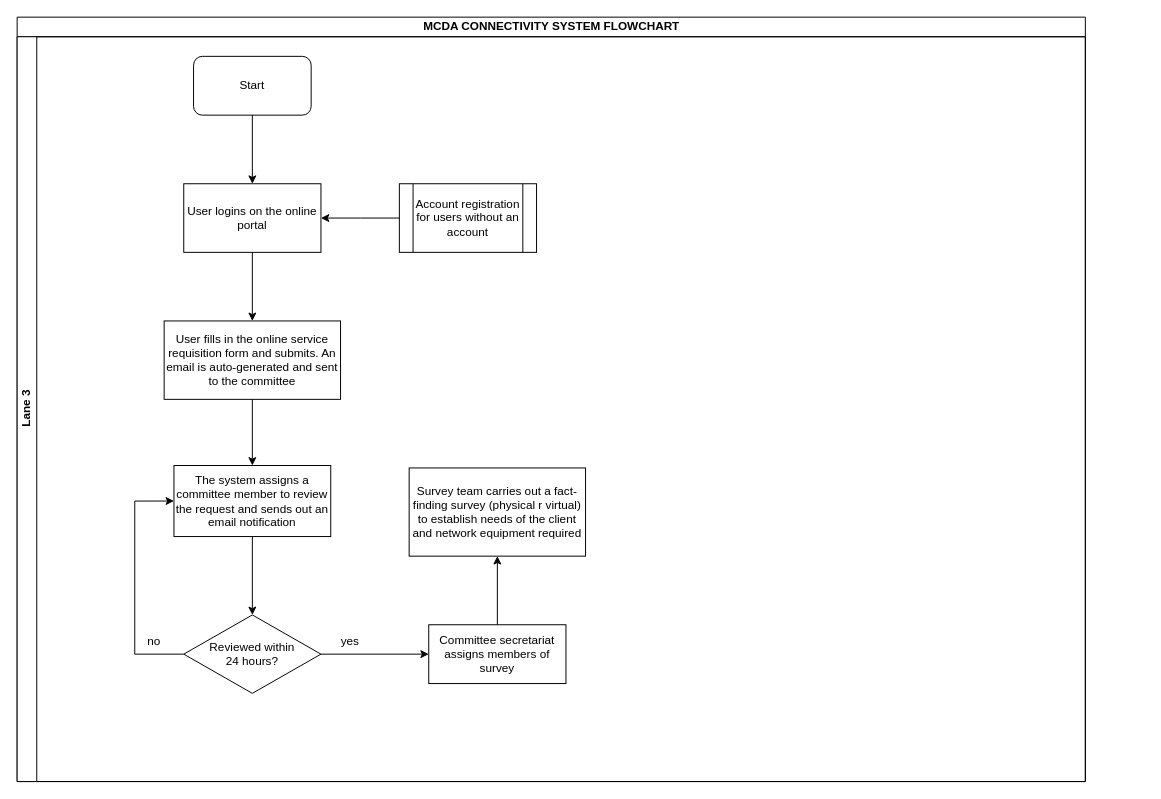
Before: ICTA-MCDA Connectivity Diagram.drawio in kmagua/flowcharts, a draw.io diagram. Source tidied: cells renumbered, new cells numbered last; positions are measured from the earlier drawing's top-left corner, leaving out a move shared by most shapes. Both pictures are drawn from the tidied source at 98%, with x=0, y=0 at pixel (17, 17).
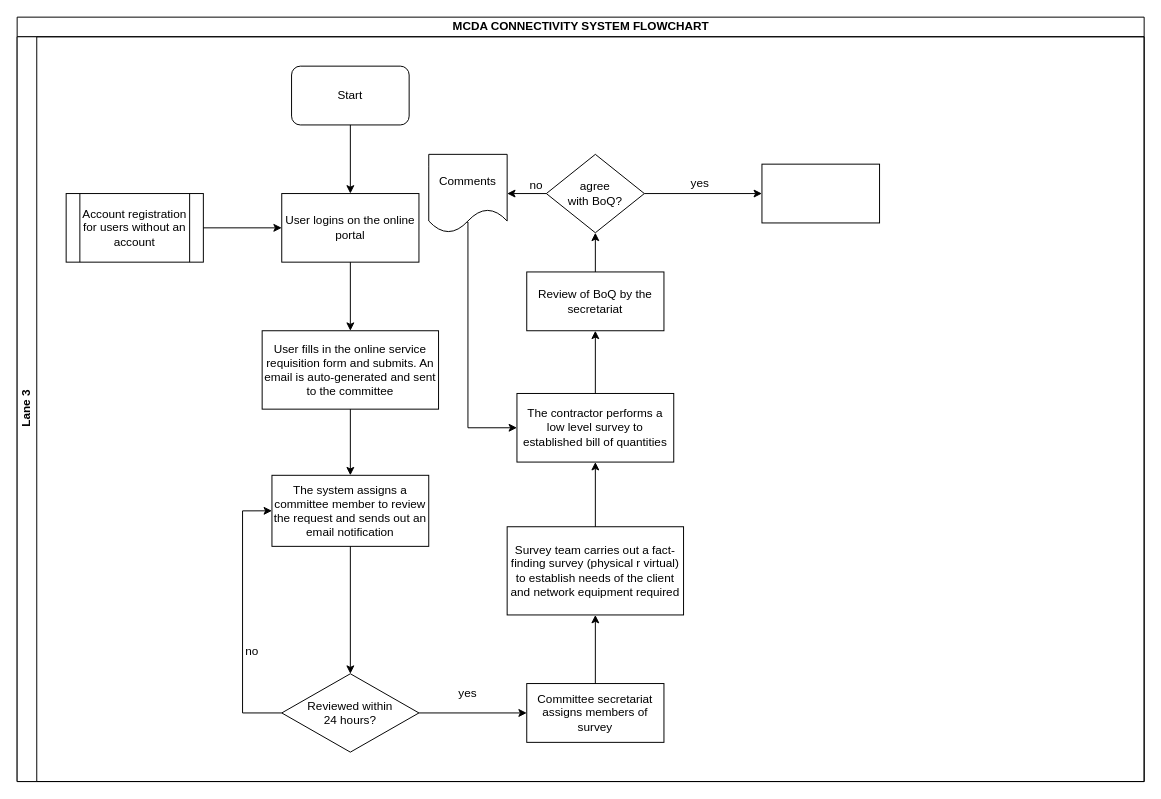
After the change.

Change to the diagram source:
```diff
@@
     <mxCell id="2" value="MCDA CONNECTIVITY SYSTEM FLOWCHART" style="swimlane;html=1;horizontal=1;startSize=20;" parent="1" vertex="1">
-      <mxGeometry width="1090" height="780" as="geometry" />
+      <mxGeometry width="1150" height="780" as="geometry" />
     </mxCell>
     <mxCell id="3" value="Lane 3" style="swimlane;html=1;startSize=20;horizontal=0;" parent="2" vertex="1">
-      <mxGeometry y="20" width="1090" height="760" as="geometry" />
+      <mxGeometry y="20" width="1150" height="760" as="geometry" />
     </mxCell>
     <mxCell id="4" value="Start" style="rounded=1;whiteSpace=wrap;html=1;" parent="3" vertex="1">
-      <mxGeometry x="180" y="20" width="120" height="60" as="geometry" />
+      <mxGeometry x="280" y="30" width="120" height="60" as="geometry" />
     </mxCell>
     <mxCell id="5" value="User logins on the online portal" style="rounded=0;whiteSpace=wrap;html=1;" parent="3" vertex="1">
-      <mxGeometry x="170" y="150" width="140" height="70" as="geometry" />
+      <mxGeometry x="270" y="160" width="140" height="70" as="geometry" />
     </mxCell>
@@
     <mxCell id="7" value="Account registration for users without an account" style="shape=process;whiteSpace=wrap;html=1;backgroundOutline=1;" parent="3" vertex="1">
-      <mxGeometry x="390" y="150" width="140" height="70" as="geometry" />
+      <mxGeometry x="50" y="160" width="140" height="70" as="geometry" />
     </mxCell>
     <mxCell id="8" value="User fills in the online service requisition form and submits. An email is auto-generated and sent to the committee" style="whiteSpace=wrap;html=1;rounded=0;" parent="3" vertex="1">
-      <mxGeometry x="150" y="290" width="180" height="80" as="geometry" />
+      <mxGeometry x="250" y="300" width="180" height="80" as="geometry" />
     </mxCell>
@@
     <mxCell id="10" value="&lt;div&gt;Reviewed within&lt;/div&gt;&lt;div&gt; 24 hours?&lt;/div&gt;" style="rhombus;whiteSpace=wrap;html=1;" parent="3" vertex="1">
-      <mxGeometry x="170" y="590" width="140" height="80" as="geometry" />
+      <mxGeometry x="270" y="650" width="140" height="80" as="geometry" />
     </mxCell>
     <mxCell id="11" value="no" style="text;html=1;strokeColor=none;fillColor=none;align=center;verticalAlign=middle;whiteSpace=wrap;rounded=0;" parent="3" vertex="1">
-      <mxGeometry x="120" y="607" width="40" height="20" as="geometry" />
+      <mxGeometry x="220" y="617" width="40" height="20" as="geometry" />
     </mxCell>
     <mxCell id="12" value="yes" style="text;html=1;strokeColor=none;fillColor=none;align=center;verticalAlign=middle;whiteSpace=wrap;rounded=0;" parent="3" vertex="1">
-      <mxGeometry x="320" y="607" width="40" height="20" as="geometry" />
+      <mxGeometry x="440" y="660" width="40" height="20" as="geometry" />
     </mxCell>
     <mxCell id="13" value="Survey team carries out a fact-finding survey (physical r virtual) to establish needs of the client and network equipment required" style="whiteSpace=wrap;html=1;" parent="3" vertex="1">
-      <mxGeometry x="400" y="440" width="180" height="90" as="geometry" />
+      <mxGeometry x="500" y="500" width="180" height="90" as="geometry" />
     </mxCell>
     <mxCell id="14" value="Committee secretariat assigns members of survey" style="whiteSpace=wrap;html=1;" parent="3" vertex="1">
-      <mxGeometry x="420" y="600" width="140" height="60" as="geometry" />
+      <mxGeometry x="520" y="660" width="140" height="60" as="geometry" />
     </mxCell>
@@
-    <mxCell id="17" style="edgeStyle=orthogonalEdgeStyle;rounded=0;jettySize=auto;html=1;" parent="1" edge="1" source="7">
-      <mxGeometry relative="1" as="geometry">
-        <mxPoint x="310" y="205" as="targetPoint" />
-      </mxGeometry>
-    </mxCell>
-    <mxCell id="18" style="edgeStyle=orthogonalEdgeStyle;rounded=0;jettySize=auto;html=1;entryX=0.5;entryY=0;entryDx=0;entryDy=0;" parent="1" edge="1" source="19" target="10">
-      <mxGeometry relative="1" as="geometry" />
-    </mxCell>
+    <mxCell id="22" value="The contractor performs a low level survey to established bill of quantities" style="whiteSpace=wrap;html=1;" parent="3" vertex="1">
+      <mxGeometry x="510" y="364" width="160" height="70" as="geometry" />
+    </mxCell>
+    <mxCell id="23" style="edgeStyle=orthogonalEdgeStyle;rounded=0;jettySize=auto;html=1;" parent="3" edge="1" source="13" target="22">
+      <mxGeometry relative="1" as="geometry" />
+    </mxCell>
-    <mxCell id="19" value="The system assigns a committee member to review the request and sends out an email notification" style="whiteSpace=wrap;html=1;rounded=0;" parent="1" vertex="1">
-      <mxGeometry x="160" y="457.5" width="160" height="72.5" as="geometry" />
+    <mxCell id="19" value="The system assigns a committee member to review the request and sends out an email notification" style="whiteSpace=wrap;html=1;rounded=0;" parent="3" vertex="1">
+      <mxGeometry x="260" y="447.5" width="160" height="72.5" as="geometry" />
     </mxCell>
-    <mxCell id="20" style="edgeStyle=orthogonalEdgeStyle;rounded=0;jettySize=auto;html=1;" parent="1" edge="1" source="8" target="19">
+    <mxCell id="20" style="edgeStyle=orthogonalEdgeStyle;rounded=0;jettySize=auto;html=1;" parent="3" edge="1" source="8" target="19">
       <mxGeometry relative="1" as="geometry" />
     </mxCell>
+    <mxCell id="18" style="edgeStyle=orthogonalEdgeStyle;rounded=0;jettySize=auto;html=1;entryX=0.5;entryY=0;entryDx=0;entryDy=0;" parent="3" edge="1" source="19" target="10">
+      <mxGeometry relative="1" as="geometry" />
+    </mxCell>
-    <mxCell id="21" style="edgeStyle=orthogonalEdgeStyle;rounded=0;jettySize=auto;html=1;entryX=0;entryY=0.5;entryDx=0;entryDy=0;exitX=0;exitY=0.5;exitDx=0;exitDy=0;" parent="1" edge="1" source="10" target="19">
+    <mxCell id="21" style="edgeStyle=orthogonalEdgeStyle;rounded=0;jettySize=auto;html=1;entryX=0;entryY=0.5;entryDx=0;entryDy=0;exitX=0;exitY=0.5;exitDx=0;exitDy=0;" parent="3" edge="1" source="10" target="19">
       <mxGeometry relative="1" as="geometry">
         <Array as="points">
-          <mxPoint x="120" y="650" />
-          <mxPoint x="120" y="494" />
+          <mxPoint x="230" y="690" />
+          <mxPoint x="230" y="484" />
         </Array>
       </mxGeometry>
     </mxCell>
+    <mxCell id="24" style="edgeStyle=orthogonalEdgeStyle;rounded=0;jettySize=auto;html=1;entryX=0;entryY=0.5;entryDx=0;entryDy=0;" parent="3" edge="1" source="7" target="5">
+      <mxGeometry relative="1" as="geometry" />
+    </mxCell>
+    <mxCell id="25" value="Review of BoQ by the secretariat" style="whiteSpace=wrap;html=1;" parent="3" vertex="1">
+      <mxGeometry x="520" y="240" width="140" height="60" as="geometry" />
+    </mxCell>
+    <mxCell id="26" style="edgeStyle=orthogonalEdgeStyle;rounded=0;jettySize=auto;html=1;" parent="3" edge="1" source="22" target="25">
+      <mxGeometry relative="1" as="geometry" />
+    </mxCell>
+    <mxCell id="27" value="&lt;div&gt;agree&lt;/div&gt;&lt;div&gt;with BoQ?&lt;/div&gt;" style="rhombus;whiteSpace=wrap;html=1;" parent="3" vertex="1">
+      <mxGeometry x="540" y="120" width="100" height="80" as="geometry" />
+    </mxCell>
+    <mxCell id="28" style="edgeStyle=orthogonalEdgeStyle;rounded=0;jettySize=auto;html=1;" parent="3" edge="1" source="25" target="27">
+      <mxGeometry relative="1" as="geometry" />
+    </mxCell>
+    <mxCell id="29" style="whiteSpace=wrap;html=1;" parent="3" vertex="1">
+      <mxGeometry x="760" y="130" width="120" height="60" as="geometry" />
+    </mxCell>
+    <mxCell id="30" style="edgeStyle=orthogonalEdgeStyle;rounded=0;jettySize=auto;html=1;" parent="3" edge="1" source="27" target="29">
+      <mxGeometry relative="1" as="geometry" />
+    </mxCell>
+    <mxCell id="31" value="yes" style="text;html=1;strokeColor=none;fillColor=none;align=center;verticalAlign=middle;whiteSpace=wrap;rounded=0;" parent="3" vertex="1">
+      <mxGeometry x="677" y="140" width="40" height="20" as="geometry" />
+    </mxCell>
+    <mxCell id="32" style="edgeStyle=orthogonalEdgeStyle;rounded=0;jettySize=auto;html=1;entryX=0;entryY=0.5;entryDx=0;entryDy=0;exitX=0.45;exitY=0.863;exitDx=0;exitDy=0;exitPerimeter=0;" parent="1" edge="1" source="33" target="22">
+      <mxGeometry relative="1" as="geometry">
+        <Array as="points">
+          <mxPoint x="460" y="209" />
+          <mxPoint x="460" y="419" />
+        </Array>
+      </mxGeometry>
+    </mxCell>
+    <mxCell id="33" value="Comments" style="shape=document;whiteSpace=wrap;html=1;boundedLbl=1;" parent="1" vertex="1">
+      <mxGeometry x="420" y="140" width="80" height="80" as="geometry" />
+    </mxCell>
+    <mxCell id="34" style="edgeStyle=orthogonalEdgeStyle;rounded=0;jettySize=auto;html=1;" parent="1" edge="1" source="27" target="33">
+      <mxGeometry relative="1" as="geometry" />
+    </mxCell>
+    <mxCell id="35" value="no" style="text;html=1;strokeColor=none;fillColor=none;align=center;verticalAlign=middle;whiteSpace=wrap;rounded=0;" parent="1" vertex="1">
+      <mxGeometry x="510" y="162" width="40" height="20" as="geometry" />
+    </mxCell>
```
